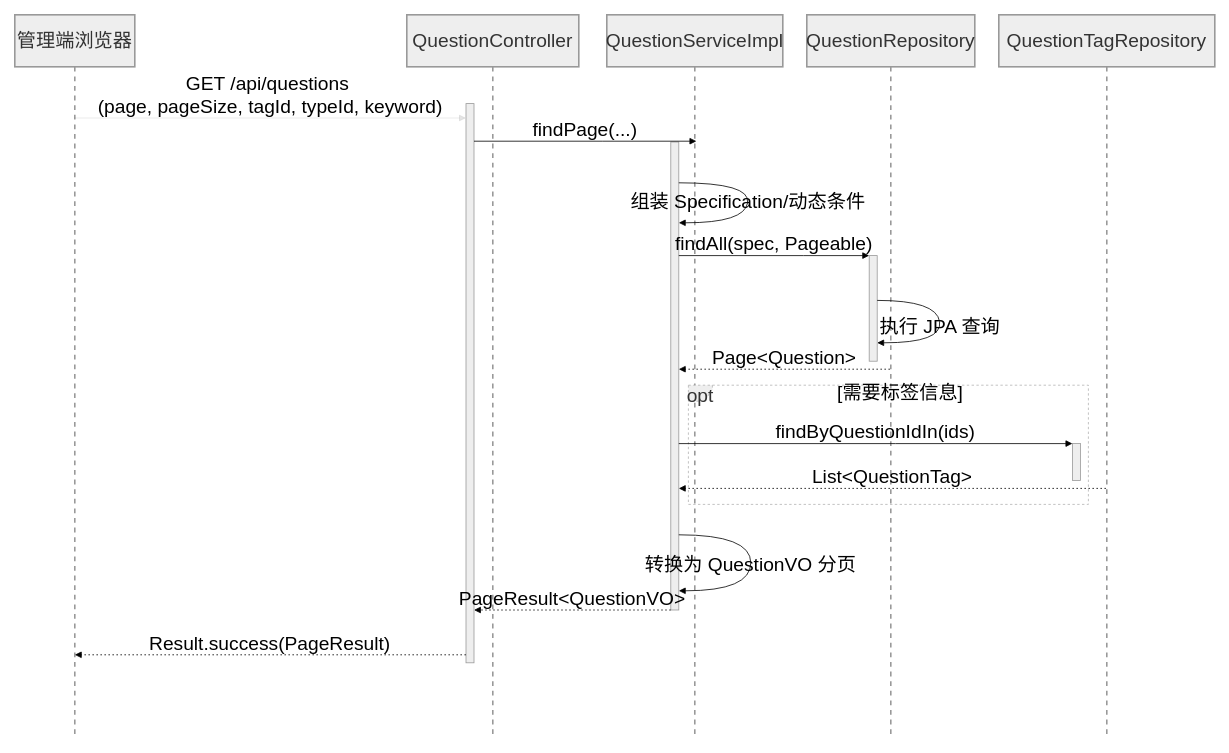
This is page "试题列表分页查询时序图" (22 of 33) of 题库E-R.drawio from ChenLiheng/question-project, a draw.io file, before an edit. Source tidied: cells renumbered, new cells numbered last; positions are measured from the earlier drawing's top-left corner, leaving out a move shared by most shapes. Both pictures are drawn from the tidied source at 80%, with x=0, y=0 at pixel (14, 14).
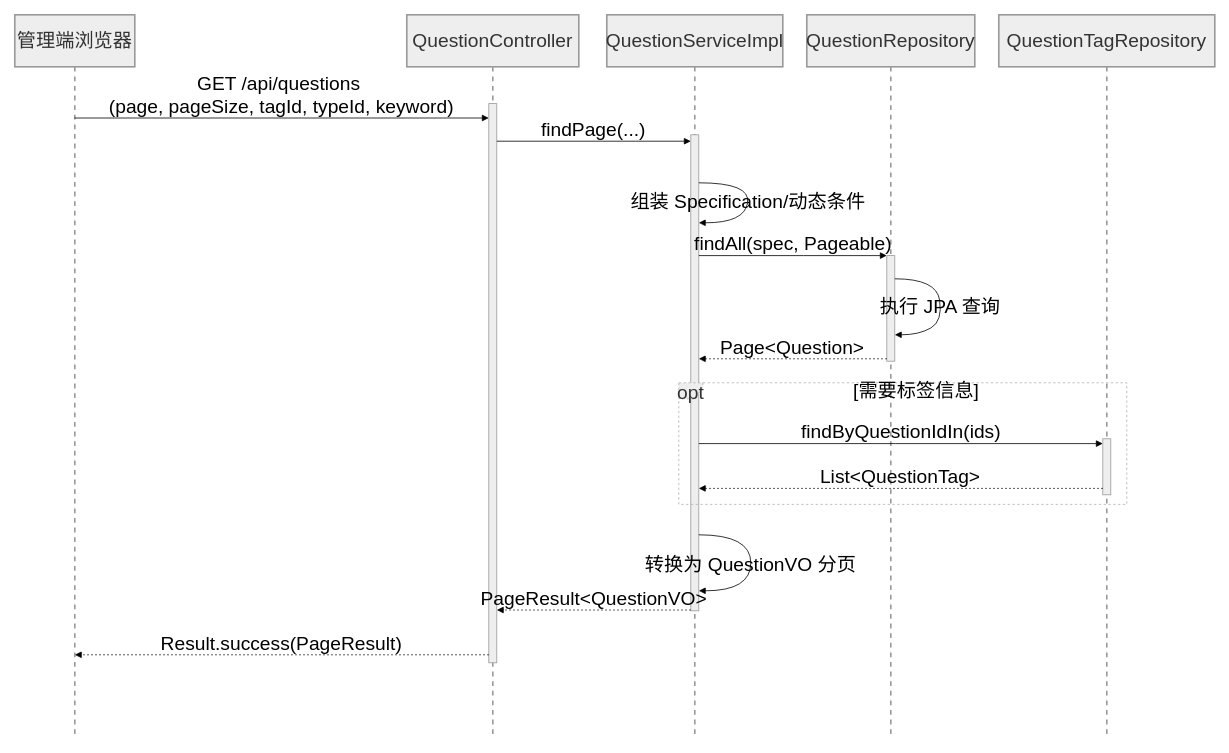
The same diagram, later.

What changed in the source:
```diff
@@
+    <mxCell id="24" style="group;" parent="1" vertex="1">
+      <mxGeometry width="1500" height="905" as="geometry" />
+    </mxCell>
-    <mxCell id="2" value="管理端浏览器" style="shape=umlLifeline;perimeter=lifelinePerimeter;whiteSpace=wrap;outlineConnect=0;portConstraint=eastwest;newEdgeStyle={&quot;edgeStyle&quot;:&quot;elbowEdgeStyle&quot;,&quot;elbow&quot;:&quot;vertical&quot;,&quot;curved&quot;:0,&quot;rounded&quot;:0};size=65;fillColor=light-dark(#eeeeee,#1f2020);strokeColor=light-dark(#999999,#cccccc);fontColor=light-dark(#333333,#cccccc);fontSize=24;strokeWidth=2;labelBackgroundColor=none;spacing=3;" parent="1" vertex="1">
+    <mxCell id="2" value="管理端浏览器" style="shape=umlLifeline;perimeter=lifelinePerimeter;whiteSpace=wrap;outlineConnect=0;portConstraint=eastwest;newEdgeStyle={&quot;edgeStyle&quot;:&quot;elbowEdgeStyle&quot;,&quot;elbow&quot;:&quot;vertical&quot;,&quot;curved&quot;:0,&quot;rounded&quot;:0};size=65;fillColor=light-dark(#eeeeee,#1f2020);strokeColor=light-dark(#999999,#cccccc);fontColor=light-dark(#333333,#cccccc);fontSize=24;strokeWidth=2;labelBackgroundColor=none;spacing=3;" parent="24" vertex="1">
       <mxGeometry width="150" height="905" as="geometry" />
     </mxCell>
-    <mxCell id="3" value="QuestionController" style="shape=umlLifeline;perimeter=lifelinePerimeter;whiteSpace=wrap;newEdgeStyle={&quot;edgeStyle&quot;:&quot;elbowEdgeStyle&quot;,&quot;elbow&quot;:&quot;vertical&quot;,&quot;curved&quot;:0,&quot;rounded&quot;:0};size=65;fillColor=light-dark(#eeeeee,#1f2020);strokeColor=light-dark(#999999,#cccccc);fontColor=light-dark(#333333,#cccccc);fontSize=24;strokeWidth=2;labelBackgroundColor=none;spacing=3;" parent="1" vertex="1">
+    <mxCell id="3" value="QuestionController" style="shape=umlLifeline;perimeter=lifelinePerimeter;whiteSpace=wrap;newEdgeStyle={&quot;edgeStyle&quot;:&quot;elbowEdgeStyle&quot;,&quot;elbow&quot;:&quot;vertical&quot;,&quot;curved&quot;:0,&quot;rounded&quot;:0};size=65;fillColor=light-dark(#eeeeee,#1f2020);strokeColor=light-dark(#999999,#cccccc);fontColor=light-dark(#333333,#cccccc);fontSize=24;strokeWidth=2;labelBackgroundColor=none;spacing=3;" parent="24" vertex="1">
       <mxGeometry x="490" width="215" height="905" as="geometry" />
     </mxCell>
     <mxCell id="4" style="points=[];perimeter=orthogonalPerimeter;outlineConnect=0;targetShapes=umlLifeline;portConstraint=eastwest;newEdgeStyle={&quot;edgeStyle&quot;:&quot;elbowEdgeStyle&quot;,&quot;elbow&quot;:&quot;vertical&quot;,&quot;curved&quot;:0,&quot;rounded&quot;:0};fillColor=light-dark(#eeeeee,#1f2020);strokeColor=light-dark(#999999,#cccccc);fontColor=light-dark(#333333,#cccccc);fontSize=24;labelBackgroundColor=none;spacing=3;" parent="3" vertex="1">
-      <mxGeometry x="74" y="111" width="10" height="699" as="geometry" />
+      <mxGeometry x="102.5" y="111" width="10" height="699" as="geometry" />
     </mxCell>
-    <mxCell id="5" value="QuestionServiceImpl" style="shape=umlLifeline;perimeter=lifelinePerimeter;whiteSpace=wrap;newEdgeStyle={&quot;edgeStyle&quot;:&quot;elbowEdgeStyle&quot;,&quot;elbow&quot;:&quot;vertical&quot;,&quot;curved&quot;:0,&quot;rounded&quot;:0};size=65;fillColor=light-dark(#eeeeee,#1f2020);strokeColor=light-dark(#999999,#cccccc);fontColor=light-dark(#333333,#cccccc);fontSize=24;strokeWidth=2;labelBackgroundColor=none;spacing=3;" parent="1" vertex="1">
+    <mxCell id="5" value="QuestionServiceImpl" style="shape=umlLifeline;perimeter=lifelinePerimeter;whiteSpace=wrap;newEdgeStyle={&quot;edgeStyle&quot;:&quot;elbowEdgeStyle&quot;,&quot;elbow&quot;:&quot;vertical&quot;,&quot;curved&quot;:0,&quot;rounded&quot;:0};size=65;fillColor=light-dark(#eeeeee,#1f2020);strokeColor=light-dark(#999999,#cccccc);fontColor=light-dark(#333333,#cccccc);fontSize=24;strokeWidth=2;labelBackgroundColor=none;spacing=3;" parent="24" vertex="1">
       <mxGeometry x="740" width="220" height="905" as="geometry" />
     </mxCell>
     <mxCell id="6" style="points=[];perimeter=orthogonalPerimeter;outlineConnect=0;targetShapes=umlLifeline;portConstraint=eastwest;newEdgeStyle={&quot;edgeStyle&quot;:&quot;elbowEdgeStyle&quot;,&quot;elbow&quot;:&quot;vertical&quot;,&quot;curved&quot;:0,&quot;rounded&quot;:0};fillColor=light-dark(#eeeeee,#1f2020);strokeColor=light-dark(#999999,#cccccc);fontColor=light-dark(#333333,#cccccc);fontSize=24;labelBackgroundColor=none;spacing=3;" parent="5" vertex="1">
-      <mxGeometry x="80" y="159" width="10" height="585" as="geometry" />
+      <mxGeometry x="105" y="150" width="10" height="595" as="geometry" />
     </mxCell>
-    <mxCell id="7" value="QuestionRepository" style="shape=umlLifeline;perimeter=lifelinePerimeter;whiteSpace=wrap;outlineConnect=0;portConstraint=eastwest;newEdgeStyle={&quot;edgeStyle&quot;:&quot;elbowEdgeStyle&quot;,&quot;elbow&quot;:&quot;vertical&quot;,&quot;curved&quot;:0,&quot;rounded&quot;:0};size=65;fillColor=light-dark(#eeeeee,#1f2020);strokeColor=light-dark(#999999,#cccccc);fontColor=light-dark(#333333,#cccccc);fontSize=24;strokeWidth=2;labelBackgroundColor=none;spacing=3;" parent="1" vertex="1">
+    <mxCell id="7" value="QuestionRepository" style="shape=umlLifeline;perimeter=lifelinePerimeter;whiteSpace=wrap;outlineConnect=0;portConstraint=eastwest;newEdgeStyle={&quot;edgeStyle&quot;:&quot;elbowEdgeStyle&quot;,&quot;elbow&quot;:&quot;vertical&quot;,&quot;curved&quot;:0,&quot;rounded&quot;:0};size=65;fillColor=light-dark(#eeeeee,#1f2020);strokeColor=light-dark(#999999,#cccccc);fontColor=light-dark(#333333,#cccccc);fontSize=24;strokeWidth=2;labelBackgroundColor=none;spacing=3;" parent="24" vertex="1">
       <mxGeometry x="990" width="210" height="905" as="geometry" />
     </mxCell>
     <mxCell id="8" style="points=[];perimeter=orthogonalPerimeter;outlineConnect=0;targetShapes=umlLifeline;portConstraint=eastwest;newEdgeStyle={&quot;edgeStyle&quot;:&quot;elbowEdgeStyle&quot;,&quot;elbow&quot;:&quot;vertical&quot;,&quot;curved&quot;:0,&quot;rounded&quot;:0};fillColor=light-dark(#eeeeee,#1f2020);strokeColor=light-dark(#999999,#cccccc);fontColor=light-dark(#333333,#cccccc);fontSize=24;labelBackgroundColor=none;spacing=3;" parent="7" vertex="1">
-      <mxGeometry x="78" y="301" width="10" height="132" as="geometry" />
+      <mxGeometry x="100" y="301" width="10" height="132" as="geometry" />
     </mxCell>
-    <mxCell id="9" value="QuestionTagRepository" style="shape=umlLifeline;perimeter=lifelinePerimeter;whiteSpace=wrap;outlineConnect=0;portConstraint=eastwest;newEdgeStyle={&quot;edgeStyle&quot;:&quot;elbowEdgeStyle&quot;,&quot;elbow&quot;:&quot;vertical&quot;,&quot;curved&quot;:0,&quot;rounded&quot;:0};size=65;fillColor=light-dark(#eeeeee,#1f2020);strokeColor=light-dark(#999999,#cccccc);fontColor=light-dark(#333333,#cccccc);fontSize=24;strokeWidth=2;labelBackgroundColor=none;spacing=3;" parent="1" vertex="1">
+    <mxCell id="9" value="QuestionTagRepository" style="shape=umlLifeline;perimeter=lifelinePerimeter;whiteSpace=wrap;outlineConnect=0;portConstraint=eastwest;newEdgeStyle={&quot;edgeStyle&quot;:&quot;elbowEdgeStyle&quot;,&quot;elbow&quot;:&quot;vertical&quot;,&quot;curved&quot;:0,&quot;rounded&quot;:0};size=65;fillColor=light-dark(#eeeeee,#1f2020);strokeColor=light-dark(#999999,#cccccc);fontColor=light-dark(#333333,#cccccc);fontSize=24;strokeWidth=2;labelBackgroundColor=none;spacing=3;" parent="24" vertex="1">
       <mxGeometry x="1230" width="270" height="905" as="geometry" />
     </mxCell>
     <mxCell id="10" style="points=[];perimeter=orthogonalPerimeter;outlineConnect=0;targetShapes=umlLifeline;portConstraint=eastwest;newEdgeStyle={&quot;edgeStyle&quot;:&quot;elbowEdgeStyle&quot;,&quot;elbow&quot;:&quot;vertical&quot;,&quot;curved&quot;:0,&quot;rounded&quot;:0};fillColor=light-dark(#eeeeee,#1f2020);strokeColor=light-dark(#999999,#cccccc);fontColor=light-dark(#333333,#cccccc);fontSize=24;labelBackgroundColor=none;spacing=3;" parent="9" vertex="1">
-      <mxGeometry x="92" y="536" width="10" height="46" as="geometry" />
+      <mxGeometry x="130" y="530" width="10" height="70" as="geometry" />
     </mxCell>
-    <mxCell id="11" value="opt" style="shape=umlFrame;dashed=1;strokeColor=#B3B3B3;height=20;width=30;fillColor=light-dark(#eeeeee,#1f2020);fontColor=light-dark(#333333,#cccccc);fontSize=24;labelBackgroundColor=none;spacing=3;" parent="1" vertex="1">
-      <mxGeometry x="842" y="463" width="500" height="149" as="geometry" />
+    <mxCell id="11" value="opt" style="shape=umlFrame;dashed=1;strokeColor=#B3B3B3;height=20;width=30;fillColor=light-dark(#eeeeee,#1f2020);fontColor=light-dark(#333333,#cccccc);fontSize=24;labelBackgroundColor=none;spacing=3;" parent="24" vertex="1">
+      <mxGeometry x="830" y="460" width="560" height="152" as="geometry" />
     </mxCell>
     <mxCell id="12" value="[需要标签信息]" style="text;strokeColor=none;fillColor=none;align=center;verticalAlign=middle;whiteSpace=wrap;fontSize=24;labelBackgroundColor=none;spacing=3;" parent="11" vertex="1">
-      <mxGeometry x="30" width="470" height="20" as="geometry" />
+      <mxGeometry x="33.6" width="526.4" height="20.4" as="geometry" />
     </mxCell>
-    <mxCell id="13" value="GET /api/questions &#10;(page, pageSize, tagId, typeId, keyword)" style="verticalAlign=bottom;edgeStyle=elbowEdgeStyle;elbow=vertical;curved=0;rounded=0;endArrow=block;fontSize=24;opacity=10;labelBackgroundColor=none;startSize=6;sourcePerimeterSpacing=0;targetPerimeterSpacing=0;spacing=3;" parent="1" edge="1">
+    <mxCell id="13" value="GET /api/questions &#10;(page, pageSize, tagId, typeId, keyword)" style="verticalAlign=bottom;edgeStyle=elbowEdgeStyle;elbow=vertical;curved=0;rounded=0;endArrow=block;fontSize=24;labelBackgroundColor=none;startSize=6;sourcePerimeterSpacing=0;targetPerimeterSpacing=0;spacing=3;strokeColor=default;strokeWidth=1;align=center;fontFamily=Helvetica;fontColor=default;" parent="24" edge="1" target="4">
       <mxGeometry relative="1" as="geometry">
         <mxPoint x="74.5" y="129" as="sourcePoint" />
-        <mxPoint x="564" y="129" as="targetPoint" />
         <Array as="points">
           <mxPoint x="342" y="129" />
         </Array>
       </mxGeometry>
     </mxCell>
-    <mxCell id="14" value="findPage(...)" style="verticalAlign=bottom;edgeStyle=elbowEdgeStyle;elbow=vertical;curved=0;rounded=0;endArrow=block;fontSize=24;labelBackgroundColor=none;spacing=3;" parent="1" edge="1">
+    <mxCell id="14" value="findPage(...)" style="verticalAlign=bottom;edgeStyle=elbowEdgeStyle;elbow=vertical;curved=0;rounded=0;endArrow=block;fontSize=24;labelBackgroundColor=none;spacing=3;" parent="24" edge="1" source="4" target="6">
       <mxGeometry relative="1" as="geometry">
-        <mxPoint x="574" y="158" as="sourcePoint" />
-        <mxPoint x="852" y="158" as="targetPoint" />
         <Array as="points">
           <mxPoint x="735" y="158" />
         </Array>
       </mxGeometry>
     </mxCell>
-    <mxCell id="15" value="组装 Specification/动态条件" style="curved=1;endArrow=block;rounded=0;fontSize=24;labelBackgroundColor=none;spacing=3;" parent="1" edge="1" source="6" target="6">
+    <mxCell id="15" value="组装 Specification/动态条件" style="curved=1;endArrow=block;rounded=0;fontSize=24;labelBackgroundColor=none;spacing=3;" parent="24" edge="1" source="6" target="6">
       <mxGeometry relative="1" as="geometry">
         <Array as="points">
           <mxPoint x="920" y="210" />
           <mxPoint x="912" y="260" />
         </Array>
       </mxGeometry>
     </mxCell>
-    <mxCell id="16" value="findAll(spec, Pageable)" style="verticalAlign=bottom;edgeStyle=elbowEdgeStyle;elbow=vertical;curved=0;rounded=0;endArrow=block;fontSize=24;labelBackgroundColor=none;spacing=3;" parent="1" edge="1" source="6" target="8">
+    <mxCell id="16" value="findAll(spec, Pageable)" style="verticalAlign=bottom;edgeStyle=elbowEdgeStyle;elbow=vertical;curved=0;rounded=0;endArrow=block;fontSize=24;labelBackgroundColor=none;spacing=3;" parent="24" edge="1" source="6" target="8">
       <mxGeometry relative="1" as="geometry">
         <Array as="points">
           <mxPoint x="986" y="301" />
         </Array>
       </mxGeometry>
     </mxCell>
-    <mxCell id="17" value="执行 JPA 查询" style="curved=1;endArrow=block;rounded=0;fontSize=24;labelBackgroundColor=none;spacing=3;" parent="1" edge="1" source="8" target="8">
+    <mxCell id="17" value="执行 JPA 查询" style="curved=1;endArrow=block;rounded=0;fontSize=24;labelBackgroundColor=none;spacing=3;" parent="24" edge="1" target="8">
       <mxGeometry relative="1" as="geometry">
+        <mxPoint x="1100" y="330" as="sourcePoint" />
         <Array as="points">
-          <mxPoint x="1152" y="357" />
-          <mxPoint x="1160" y="410" />
+          <mxPoint x="1152" y="330" />
+          <mxPoint x="1160" y="383" />
+          <mxPoint x="1130" y="400" />
         </Array>
       </mxGeometry>
     </mxCell>
-    <mxCell id="18" value="Page&lt;Question&gt;" style="verticalAlign=bottom;edgeStyle=elbowEdgeStyle;elbow=vertical;curved=0;rounded=0;dashed=1;dashPattern=2 3;endArrow=block;fontSize=24;labelBackgroundColor=none;spacing=3;" parent="1" edge="1" source="7" target="6">
+    <mxCell id="18" value="Page&lt;Question&gt;" style="verticalAlign=bottom;edgeStyle=elbowEdgeStyle;elbow=vertical;curved=0;rounded=0;dashed=1;dashPattern=2 3;endArrow=block;fontSize=24;labelBackgroundColor=none;spacing=3;" parent="24" edge="1" source="8" target="6">
       <mxGeometry relative="1" as="geometry">
         <Array as="points">
-          <mxPoint x="989" y="443" />
+          <mxPoint x="989" y="430" />
         </Array>
       </mxGeometry>
     </mxCell>
-    <mxCell id="19" value="findByQuestionIdIn(ids)" style="verticalAlign=bottom;edgeStyle=elbowEdgeStyle;elbow=vertical;curved=0;rounded=0;endArrow=block;fontSize=24;labelBackgroundColor=none;spacing=3;" parent="1" edge="1" source="6" target="10">
+    <mxCell id="19" value="findByQuestionIdIn(ids)" style="verticalAlign=bottom;edgeStyle=elbowEdgeStyle;elbow=vertical;curved=0;rounded=0;endArrow=block;fontSize=24;labelBackgroundColor=none;spacing=3;" parent="24" edge="1" source="6" target="10">
       <mxGeometry relative="1" as="geometry">
         <Array as="points">
           <mxPoint x="1101" y="536" />
         </Array>
       </mxGeometry>
     </mxCell>
-    <mxCell id="20" value="List&lt;QuestionTag&gt;" style="verticalAlign=bottom;edgeStyle=elbowEdgeStyle;elbow=vertical;curved=0;rounded=0;dashed=1;dashPattern=2 3;endArrow=block;fontSize=24;labelBackgroundColor=none;spacing=3;" parent="1" edge="1" source="9" target="6">
+    <mxCell id="20" value="List&lt;QuestionTag&gt;" style="verticalAlign=bottom;edgeStyle=elbowEdgeStyle;elbow=vertical;curved=0;rounded=0;dashed=1;dashPattern=2 3;endArrow=block;fontSize=24;labelBackgroundColor=none;spacing=3;" parent="24" edge="1" source="10" target="6">
       <mxGeometry relative="1" as="geometry">
         <Array as="points">
           <mxPoint x="1104" y="592" />
         </Array>
       </mxGeometry>
     </mxCell>
-    <mxCell id="21" value="转换为 QuestionVO 分页" style="curved=1;endArrow=block;rounded=0;fontSize=24;labelBackgroundColor=none;spacing=3;" parent="1" edge="1" source="6" target="6">
+    <mxCell id="21" value="转换为 QuestionVO 分页" style="curved=1;endArrow=block;rounded=0;fontSize=24;labelBackgroundColor=none;spacing=3;" parent="24" edge="1" source="6" target="6">
       <mxGeometry relative="1" as="geometry">
         <Array as="points">
           <mxPoint x="920" y="650" />
           <mxPoint x="920" y="720" />
         </Array>
       </mxGeometry>
     </mxCell>
-    <mxCell id="22" value="PageResult&lt;QuestionVO&gt;" style="verticalAlign=bottom;edgeStyle=elbowEdgeStyle;elbow=vertical;curved=0;rounded=0;dashed=1;dashPattern=2 3;endArrow=block;fontSize=24;labelBackgroundColor=none;spacing=3;" parent="1" edge="1" source="6" target="4">
+    <mxCell id="22" value="PageResult&lt;QuestionVO&gt;" style="verticalAlign=bottom;edgeStyle=elbowEdgeStyle;elbow=vertical;curved=0;rounded=0;dashed=1;dashPattern=2 3;endArrow=block;fontSize=24;labelBackgroundColor=none;spacing=3;" parent="24" edge="1" source="6" target="4">
       <mxGeometry relative="1" as="geometry">
         <Array as="points">
           <mxPoint x="738" y="744" />
         </Array>
       </mxGeometry>
     </mxCell>
-    <mxCell id="23" value="Result.success(PageResult)" style="verticalAlign=bottom;edgeStyle=elbowEdgeStyle;elbow=vertical;curved=0;rounded=0;dashed=1;dashPattern=2 3;endArrow=block;fontSize=24;labelBackgroundColor=none;spacing=3;" parent="1" edge="1" source="4" target="2">
+    <mxCell id="23" value="Result.success(PageResult)" style="verticalAlign=bottom;edgeStyle=elbowEdgeStyle;elbow=vertical;curved=0;rounded=0;dashed=1;dashPattern=2 3;endArrow=block;fontSize=24;labelBackgroundColor=none;spacing=3;" parent="24" edge="1" source="4" target="2">
       <mxGeometry relative="1" as="geometry">
         <Array as="points">
           <mxPoint x="345" y="800" />
         </Array>
       </mxGeometry>
     </mxCell>
```
